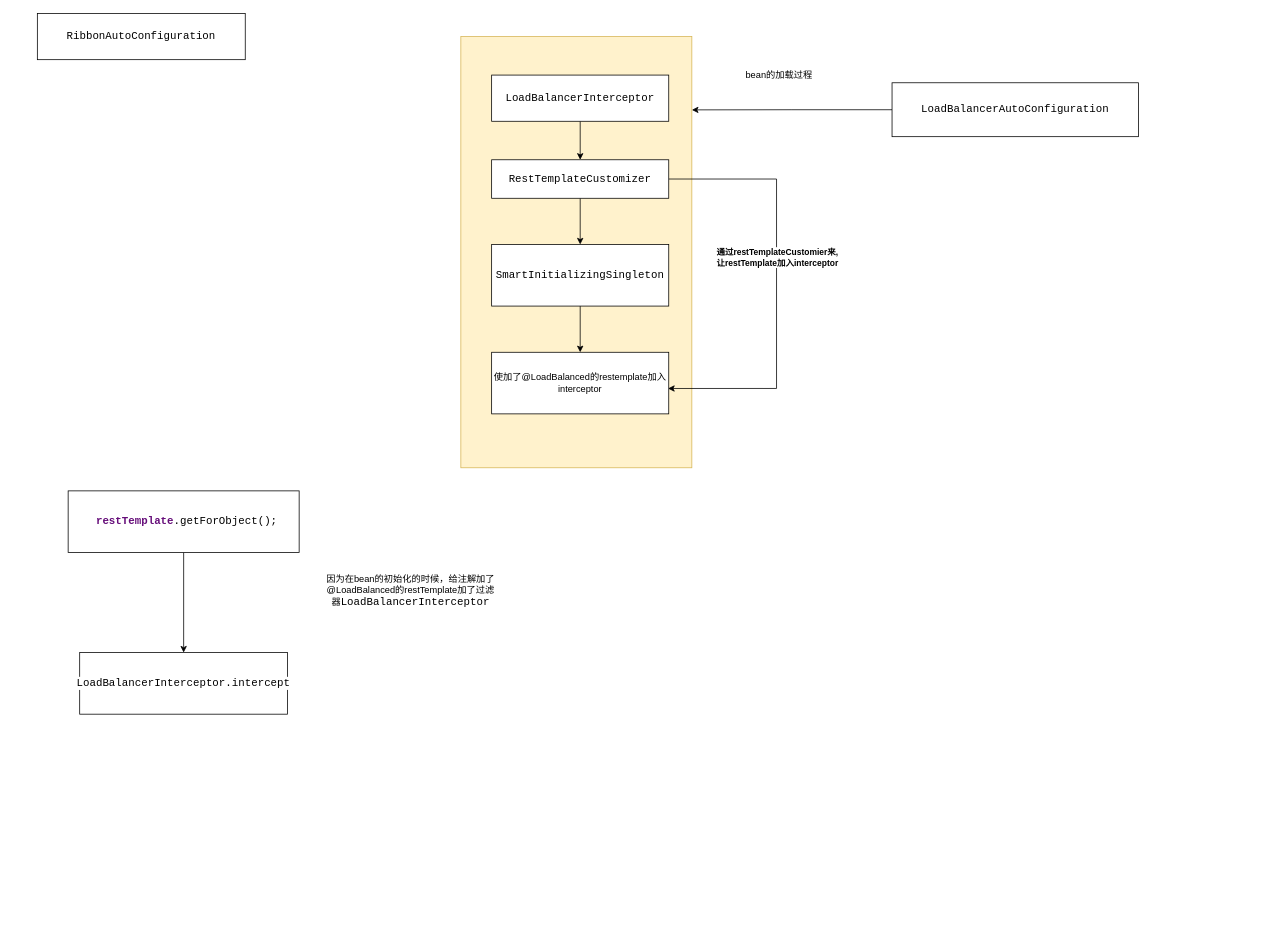
Above: ribbon流程图.drawio in dabengxiang/diagrams (draw.io), before the change. Source tidied: cells renumbered, new cells numbered last; positions are measured from the earlier drawing's top-left corner, leaving out a move shared by most shapes. Both pictures are drawn from the tidied source at 77%, with x=0, y=0 at pixel (37, 13).
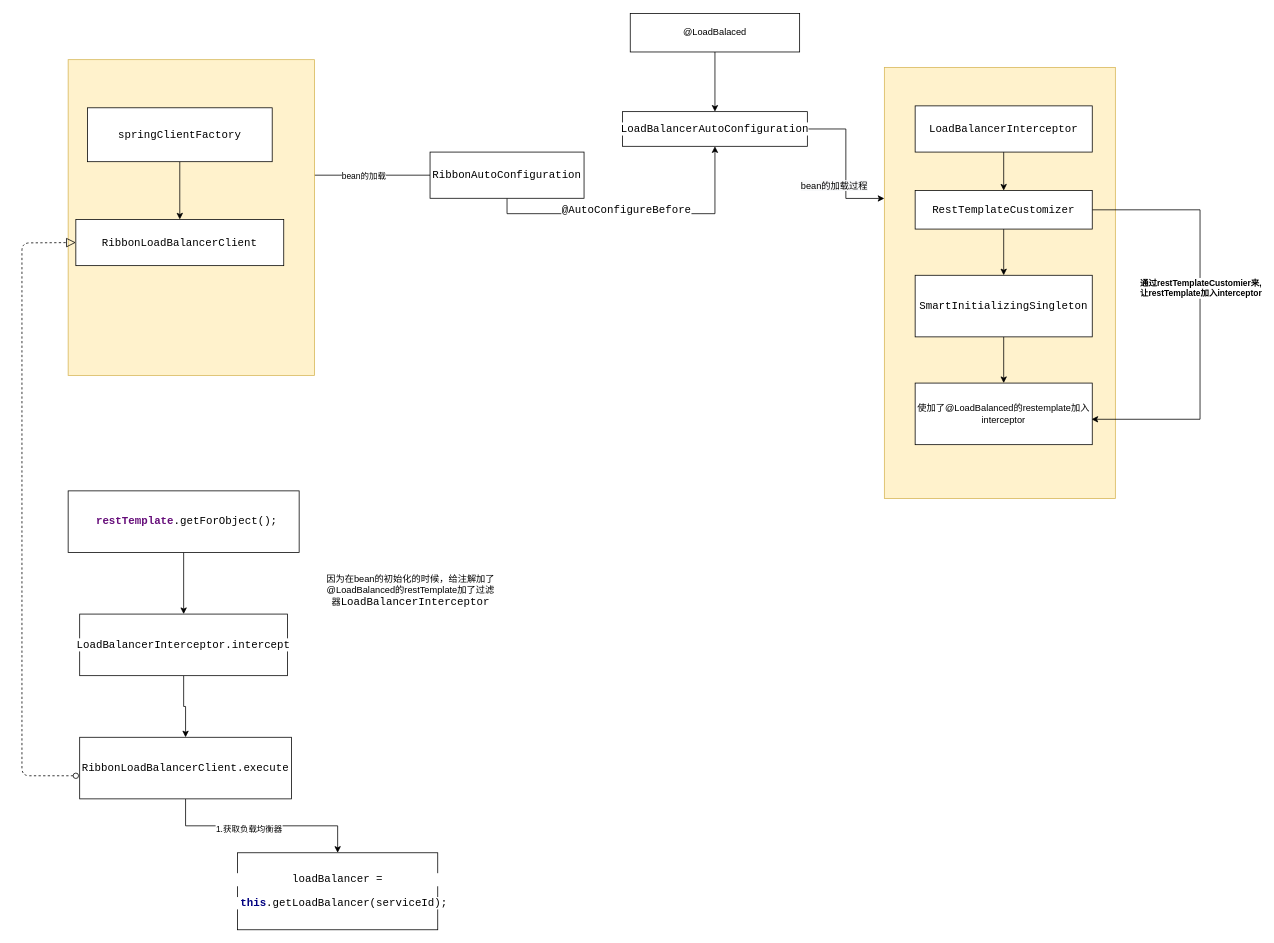
The same page after the edit.

Commit message (it also covers changes not shown here):
更新ribbon流程图.drawio

What changed in the source:
```diff
@@
-    <mxCell id="2" value="&lt;pre style=&quot;background-color: #ffffff ; color: #000000 ; font-family: &amp;quot;consolas&amp;quot; ; font-size: 10.5pt&quot;&gt;RibbonAutoConfiguration&lt;/pre&gt;" style="rounded=0;whiteSpace=wrap;html=1;" parent="1" vertex="1">
-      <mxGeometry width="270" height="60" as="geometry" />
-    </mxCell>
-    <mxCell id="3" style="edgeStyle=orthogonalEdgeStyle;rounded=0;jettySize=auto;html=1;entryX=1;entryY=0.17;entryDx=0;entryDy=0;entryPerimeter=0;" parent="1" edge="1" source="4" target="5">
+    <mxCell id="3" style="edgeStyle=orthogonalEdgeStyle;rounded=0;jettySize=auto;html=1;entryX=0;entryY=0.304;entryDx=0;entryDy=0;entryPerimeter=0;" parent="1" edge="1" source="4" target="5">
       <mxGeometry relative="1" as="geometry" />
     </mxCell>
     <mxCell id="4" value="&lt;pre style=&quot;background-color: rgb(255 , 255 , 255) ; font-family: &amp;#34;consolas&amp;#34; ; font-size: 10.5pt&quot;&gt;LoadBalancerAutoConfiguration&lt;/pre&gt;" style="rounded=0;whiteSpace=wrap;html=1;" parent="1" vertex="1">
-      <mxGeometry x="1110" y="90" width="320" height="70" as="geometry" />
+      <mxGeometry x="760" y="127.5" width="240" height="45" as="geometry" />
     </mxCell>
     <mxCell id="5" style="rounded=0;whiteSpace=wrap;html=1;fillColor=#fff2cc;strokeColor=#d6b656;" parent="1" vertex="1">
-      <mxGeometry x="550" y="30" width="300" height="560" as="geometry" />
+      <mxGeometry x="1100" y="70" width="300" height="560" as="geometry" />
     </mxCell>
@@
     <mxCell id="7" value="&lt;pre style=&quot;background-color: rgb(255 , 255 , 255) ; font-family: &amp;#34;consolas&amp;#34; ; font-size: 10.5pt&quot;&gt;LoadBalancerInterceptor&lt;/pre&gt;" style="rounded=0;whiteSpace=wrap;html=1;" parent="1" vertex="1">
-      <mxGeometry x="590" y="80" width="230" height="60" as="geometry" />
+      <mxGeometry x="1140" y="120" width="230" height="60" as="geometry" />
     </mxCell>
@@
     <mxCell id="9" style="edgeStyle=orthogonalEdgeStyle;rounded=0;jettySize=auto;html=1;entryX=0.996;entryY=0.588;entryDx=0;entryDy=0;entryPerimeter=0;" parent="1" edge="1" source="11" target="14">
       <mxGeometry relative="1" as="geometry">
         <Array as="points">
-          <mxPoint x="960" y="215" />
-          <mxPoint x="960" y="487" />
+          <mxPoint x="1510" y="255" />
+          <mxPoint x="1510" y="527" />
         </Array>
       </mxGeometry>
     </mxCell>
@@
     <mxCell id="11" value="&lt;pre style=&quot;background-color: rgb(255 , 255 , 255) ; font-family: &amp;#34;consolas&amp;#34; ; font-size: 10.5pt&quot;&gt;RestTemplateCustomizer&lt;/pre&gt;" style="rounded=0;whiteSpace=wrap;html=1;" parent="1" vertex="1">
-      <mxGeometry x="590" y="190" width="230" height="50" as="geometry" />
+      <mxGeometry x="1140" y="230" width="230" height="50" as="geometry" />
     </mxCell>
@@
     <mxCell id="13" value="&lt;pre style=&quot;background-color: rgb(255 , 255 , 255) ; font-family: &amp;#34;consolas&amp;#34; ; font-size: 10.5pt&quot;&gt;SmartInitializingSingleton&lt;/pre&gt;" style="rounded=0;whiteSpace=wrap;html=1;" parent="1" vertex="1">
-      <mxGeometry x="590" y="300" width="230" height="80" as="geometry" />
+      <mxGeometry x="1140" y="340" width="230" height="80" as="geometry" />
     </mxCell>
     <mxCell id="14" value="使加了@LoadBalanced的restemplate加入interceptor" style="rounded=0;whiteSpace=wrap;html=1;" parent="1" vertex="1">
-      <mxGeometry x="590" y="440" width="230" height="80" as="geometry" />
+      <mxGeometry x="1140" y="480" width="230" height="80" as="geometry" />
     </mxCell>
-    <mxCell id="15" value="bean的加载过程" style="text;html=1;align=center;verticalAlign=middle;" parent="1" vertex="1">
-      <mxGeometry x="913" y="70" width="100" height="20" as="geometry" />
-    </mxCell>
@@
+    <mxCell id="20" style="edgeStyle=orthogonalEdgeStyle;rounded=0;jettySize=auto;html=1;" parent="1" edge="1" source="19" target="23">
+      <mxGeometry relative="1" as="geometry" />
+    </mxCell>
     <mxCell id="19" value="&lt;pre style=&quot;background-color: rgb(255 , 255 , 255) ; font-family: &amp;#34;consolas&amp;#34; ; font-size: 10.5pt&quot;&gt;&lt;span style=&quot;font-family: &amp;#34;consolas&amp;#34; ; font-size: 10.5pt&quot;&gt;LoadBalancerInterceptor.&lt;/span&gt;intercept&lt;/pre&gt;" style="rounded=0;whiteSpace=wrap;html=1;" parent="1" vertex="1">
-      <mxGeometry x="55" y="830" width="270" height="80" as="geometry" />
+      <mxGeometry x="55" y="780" width="270" height="80" as="geometry" />
     </mxCell>
+    <mxCell id="21" style="edgeStyle=orthogonalEdgeStyle;rounded=0;jettySize=auto;html=1;" parent="1" edge="1" source="23" target="36">
+      <mxGeometry relative="1" as="geometry" />
+    </mxCell>
+    <mxCell id="22" value="1.获取负载均衡器" style="edgeLabel;html=1;align=center;verticalAlign=middle;" parent="21" vertex="1">
+      <mxGeometry x="-0.13" y="-3" relative="1" as="geometry">
+        <mxPoint x="1" as="offset" />
+      </mxGeometry>
+    </mxCell>
+    <mxCell id="23" value="&lt;pre style=&quot;background-color: rgb(255 , 255 , 255) ; font-family: &amp;#34;consolas&amp;#34; ; font-size: 10.5pt&quot;&gt;RibbonLoadBalancerClient&lt;span style=&quot;font-family: &amp;#34;consolas&amp;#34; ; font-size: 10.5pt&quot;&gt;.&lt;/span&gt;execute&lt;/pre&gt;" style="rounded=0;whiteSpace=wrap;html=1;" parent="1" vertex="1">
+      <mxGeometry x="55" y="940" width="275" height="80" as="geometry" />
+    </mxCell>
+    <mxCell id="24" style="edgeStyle=orthogonalEdgeStyle;rounded=0;jettySize=auto;html=1;entryX=0.997;entryY=0.451;entryDx=0;entryDy=0;entryPerimeter=0;" parent="1" edge="1" source="2" target="29">
+      <mxGeometry relative="1" as="geometry">
+        <Array as="points">
+          <mxPoint x="309" y="210" />
+          <mxPoint x="309" y="245" />
+        </Array>
+      </mxGeometry>
+    </mxCell>
+    <mxCell id="25" value="bean的加载" style="edgeLabel;html=1;align=center;verticalAlign=middle;" parent="24" vertex="1">
+      <mxGeometry x="0.33" y="1" relative="1" as="geometry">
+        <mxPoint x="103" y="-1" as="offset" />
+      </mxGeometry>
+    </mxCell>
+    <mxCell id="26" style="edgeStyle=orthogonalEdgeStyle;rounded=0;jettySize=auto;html=1;exitX=0.5;exitY=1;exitDx=0;exitDy=0;entryX=0.5;entryY=1;entryDx=0;entryDy=0;" parent="1" edge="1" source="2" target="4">
+      <mxGeometry relative="1" as="geometry" />
+    </mxCell>
+    <mxCell id="27" value="&lt;pre style=&quot;font-family: &amp;#34;consolas&amp;#34; ; font-size: 10.5pt&quot;&gt;@AutoConfigureBefore&lt;/pre&gt;" style="edgeLabel;html=1;align=center;verticalAlign=middle;" parent="26" vertex="1">
+      <mxGeometry x="-0.08" y="6" relative="1" as="geometry" />
+    </mxCell>
+    <mxCell id="2" value="&lt;pre style=&quot;background-color: rgb(255 , 255 , 255) ; font-family: &amp;#34;consolas&amp;#34; ; font-size: 10.5pt&quot;&gt;RibbonAutoConfiguration&lt;/pre&gt;" style="rounded=0;whiteSpace=wrap;html=1;" parent="1" vertex="1">
+      <mxGeometry x="510" y="180" width="200" height="60" as="geometry" />
+    </mxCell>
+    <mxCell id="15" value="&lt;span style=&quot;color: rgb(0, 0, 0); font-family: helvetica; font-size: 12px; font-style: normal; font-weight: 400; letter-spacing: normal; text-align: center; text-indent: 0px; text-transform: none; word-spacing: 0px; background-color: rgb(248, 249, 250); display: inline; float: none;&quot;&gt;bean的加载过程&lt;/span&gt;" style="text;whiteSpace=wrap;html=1;" parent="1" vertex="1">
+      <mxGeometry x="990" y="210" width="110" height="30" as="geometry" />
+    </mxCell>
+    <mxCell id="28" value="&lt;pre style=&quot;background-color: rgb(255 , 255 , 255) ; font-family: &amp;#34;consolas&amp;#34; ; font-size: 10.5pt&quot;&gt;&lt;br&gt;&lt;/pre&gt;" style="text;html=1;strokeColor=none;fillColor=none;align=center;verticalAlign=middle;whiteSpace=wrap;rounded=0;" parent="1" vertex="1">
+      <mxGeometry x="620" y="310" width="160" height="30" as="geometry" />
+    </mxCell>
+    <mxCell id="29" style="rounded=0;whiteSpace=wrap;html=1;fillColor=#fff2cc;strokeColor=#d6b656;" parent="1" vertex="1">
+      <mxGeometry x="40" y="60" width="320" height="410" as="geometry" />
+    </mxCell>
+    <mxCell id="30" value="&lt;pre style=&quot;background-color: rgb(255 , 255 , 255) ; font-family: &amp;#34;consolas&amp;#34; ; font-size: 10.5pt&quot;&gt;RibbonLoadBalancerClient&lt;/pre&gt;" style="rounded=0;whiteSpace=wrap;html=1;" parent="1" vertex="1">
+      <mxGeometry x="50" y="267.5" width="270" height="60" as="geometry" />
+    </mxCell>
+    <mxCell id="31" style="edgeStyle=orthogonalEdgeStyle;rounded=0;jettySize=auto;html=1;" parent="1" edge="1" source="32" target="30">
+      <mxGeometry relative="1" as="geometry" />
+    </mxCell>
+    <mxCell id="32" value="&lt;pre style=&quot;background-color: rgb(255 , 255 , 255) ; font-family: &amp;#34;consolas&amp;#34; ; font-size: 10.5pt&quot;&gt;springClientFactory&lt;/pre&gt;" style="rounded=0;whiteSpace=wrap;html=1;" parent="1" vertex="1">
+      <mxGeometry x="65" y="122.5" width="240" height="70" as="geometry" />
+    </mxCell>
+    <mxCell id="33" style="edgeStyle=orthogonalEdgeStyle;rounded=0;jettySize=auto;html=1;" parent="1" edge="1" source="34" target="4">
+      <mxGeometry relative="1" as="geometry" />
+    </mxCell>
+    <mxCell id="34" value="@LoadBalaced" style="rounded=0;whiteSpace=wrap;html=1;" parent="1" vertex="1">
+      <mxGeometry x="770" width="220" height="50" as="geometry" />
+    </mxCell>
+    <mxCell id="35" style="startArrow=oval;startFill=0;startSize=7;endArrow=block;endFill=0;endSize=10;dashed=1;html=1;entryX=0;entryY=0.5;entryDx=0;entryDy=0;" parent="1" edge="1" target="30">
+      <mxGeometry relative="1" as="geometry">
+        <mxPoint x="50" y="990" as="sourcePoint" />
+        <Array as="points">
+          <mxPoint x="-20" y="990" />
+          <mxPoint x="-20" y="700" />
+          <mxPoint x="-20" y="298" />
+        </Array>
+      </mxGeometry>
+    </mxCell>
+    <mxCell id="36" value="&lt;pre style=&quot;background-color: rgb(255 , 255 , 255) ; font-family: &amp;#34;consolas&amp;#34; ; font-size: 10.5pt&quot;&gt;&lt;span style=&quot;font-family: &amp;#34;consolas&amp;#34; ; font-size: 10.5pt&quot;&gt;loadBalancer =&lt;/span&gt;&lt;/pre&gt;&lt;pre style=&quot;background-color: rgb(255 , 255 , 255) ; font-family: &amp;#34;consolas&amp;#34; ; font-size: 10.5pt&quot;&gt;&lt;span style=&quot;font-family: &amp;#34;consolas&amp;#34; ; font-size: 10.5pt&quot;&gt; &lt;/span&gt; &lt;span style=&quot;color: #000080 ; font-weight: bold&quot;&gt;this&lt;/span&gt;.getLoadBalancer(serviceId);&lt;/pre&gt;" style="rounded=0;whiteSpace=wrap;html=1;" parent="1" vertex="1">
+      <mxGeometry x="260" y="1090" width="260" height="100" as="geometry" />
+    </mxCell>
```
